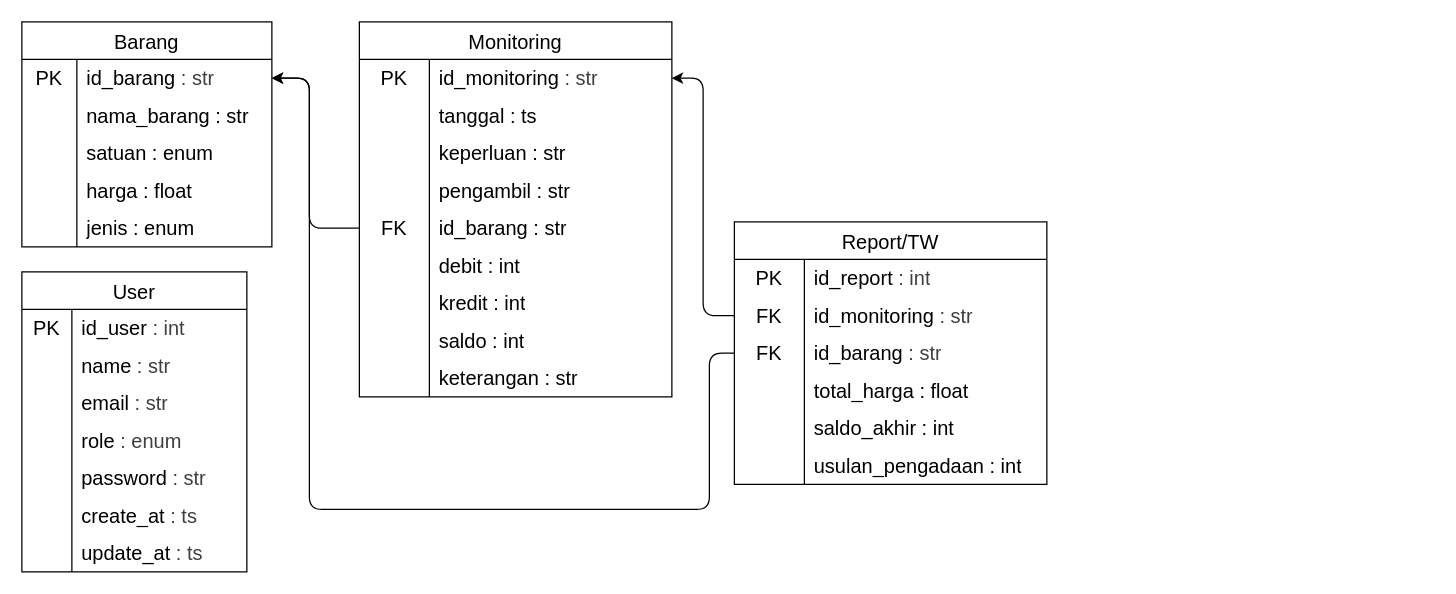
Above: page "relation-tb" (1 of 4) of flow.drawio in Fakhrezy/sistem-atk-paljaya (draw.io), before the change. Source tidied: cells renumbered, new cells numbered last; positions are measured from the earlier drawing's top-left corner, leaving out a move shared by most shapes. Both pictures are drawn from the tidied source at 125%, with x=0, y=0 at pixel (21, 21).
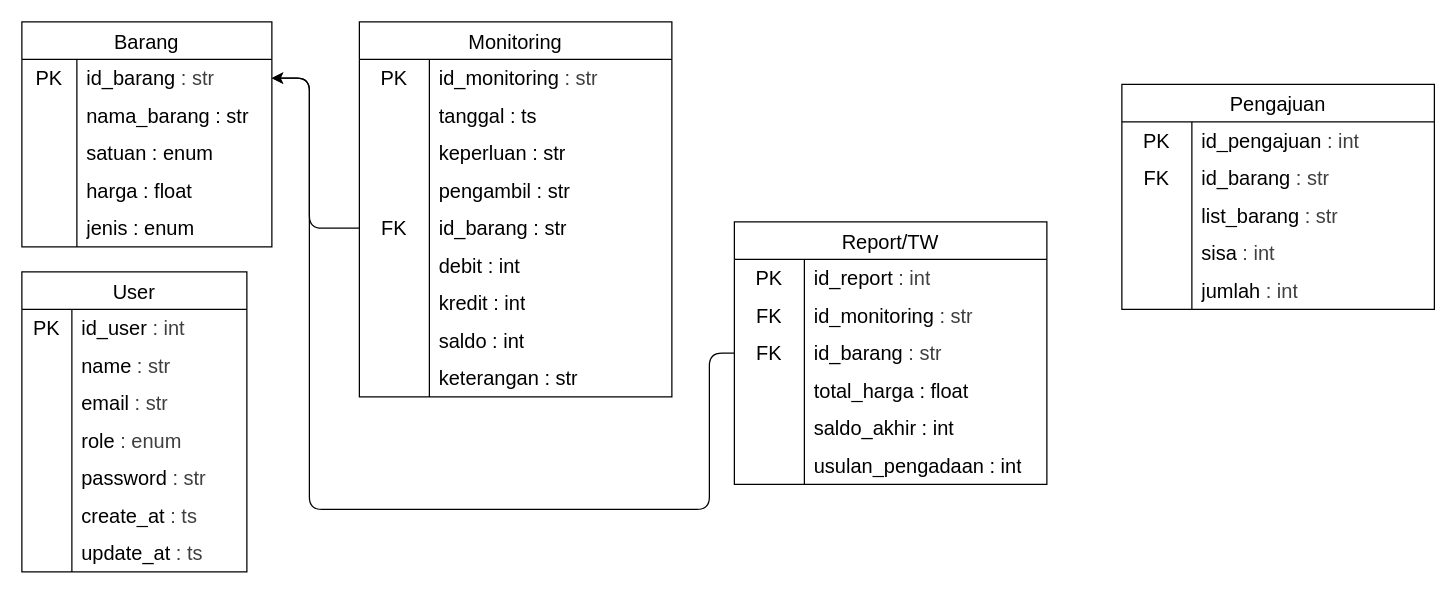
The same diagram, later.

Unchanged cells that the change refers to:
```xml
<mxCell id="3" style="shape=tableRow;horizontal=0;startSize=0;swimlaneHead=0;swimlaneBody=0;top=0;left=0;bottom=0;right=0;fillColor=none;points=[[0,0.5],[1,0.5]];portConstraint=eastwest;strokeColor=inherit;fontSize=16;" parent="2" vertex="1">
  <mxGeometry y="30" width="250" height="30" as="geometry" />
</mxCell>
<mxCell id="73" style="shape=tableRow;horizontal=0;startSize=0;swimlaneHead=0;swimlaneBody=0;top=0;left=0;bottom=0;right=0;fillColor=none;points=[[0,0.5],[1,0.5]];portConstraint=eastwest;strokeColor=inherit;fontSize=16;" parent="69" vertex="1">
  <mxGeometry y="60" width="250" height="30" as="geometry" />
</mxCell>
```

Diff of the diagram source:
```diff
@@
-    <mxCell id="88" style="edgeStyle=orthogonalEdgeStyle;html=1;exitX=0;exitY=0.5;exitDx=0;exitDy=0;entryX=1;entryY=0.5;entryDx=0;entryDy=0;" parent="1" edge="1" source="73" target="3">
-      <mxGeometry relative="1" as="geometry" />
-    </mxCell>
@@
+    <mxCell id="90" value="Pengajuan" style="shape=table;startSize=30;childLayout=tableLayout;rowLines=0;fontStyle=0;strokeColor=default;fontSize=16;" parent="1" vertex="1">
+      <mxGeometry x="880" y="50" width="250" height="180" as="geometry" />
+    </mxCell>
+    <mxCell id="91" style="shape=tableRow;horizontal=0;startSize=0;swimlaneHead=0;swimlaneBody=0;top=0;left=0;bottom=0;right=0;fillColor=none;strokeColor=inherit;fontSize=16;" parent="90" vertex="1">
+      <mxGeometry y="30" width="250" height="30" as="geometry" />
+    </mxCell>
+    <mxCell id="92" value="PK" style="shape=partialRectangle;html=1;whiteSpace=wrap;fillColor=none;top=0;left=0;bottom=0;right=0;overflow=hidden;strokeColor=inherit;fontSize=16;" parent="91" vertex="1">
+      <mxGeometry width="56" height="30" as="geometry" />
+    </mxCell>
+    <mxCell id="93" value="&lt;span style=&quot;background-color: transparent; color: rgb(63, 63, 63);&quot;&gt;&lt;font color=&quot;#000000&quot;&gt;id_pengajuan&lt;/font&gt;&lt;/span&gt;&lt;span style=&quot;color: rgb(63, 63, 63); background-color: transparent;&quot;&gt;&amp;nbsp;: int&lt;/span&gt;" style="shape=partialRectangle;html=1;whiteSpace=wrap;fillColor=none;top=0;left=0;bottom=0;right=0;align=left;spacingLeft=6;overflow=hidden;strokeColor=inherit;fontSize=16;" parent="91" vertex="1">
+      <mxGeometry x="56" width="194" height="30" as="geometry" />
+    </mxCell>
+    <mxCell id="94" style="shape=tableRow;horizontal=0;startSize=0;swimlaneHead=0;swimlaneBody=0;top=0;left=0;bottom=0;right=0;fillColor=none;strokeColor=inherit;fontSize=16;" parent="90" vertex="1">
+      <mxGeometry y="60" width="250" height="30" as="geometry" />
+    </mxCell>
+    <mxCell id="95" value="FK" style="shape=partialRectangle;html=1;whiteSpace=wrap;fillColor=none;top=0;left=0;bottom=0;right=0;overflow=hidden;strokeColor=inherit;fontSize=16;" parent="94" vertex="1">
+      <mxGeometry width="56" height="30" as="geometry" />
+    </mxCell>
+    <mxCell id="96" value="&lt;span style=&quot;background-color: transparent; color: rgb(63, 63, 63);&quot;&gt;&lt;font color=&quot;#000000&quot;&gt;id_barang&lt;/font&gt;&lt;/span&gt;&lt;span style=&quot;color: rgb(63, 63, 63); background-color: transparent;&quot;&gt;&amp;nbsp;: str&lt;/span&gt;" style="shape=partialRectangle;html=1;whiteSpace=wrap;fillColor=none;top=0;left=0;bottom=0;right=0;align=left;spacingLeft=6;overflow=hidden;strokeColor=inherit;fontSize=16;" parent="94" vertex="1">
+      <mxGeometry x="56" width="194" height="30" as="geometry" />
+    </mxCell>
+    <mxCell id="97" style="shape=tableRow;horizontal=0;startSize=0;swimlaneHead=0;swimlaneBody=0;top=0;left=0;bottom=0;right=0;fillColor=none;strokeColor=inherit;fontSize=16;" parent="90" vertex="1">
+      <mxGeometry y="90" width="250" height="30" as="geometry" />
+    </mxCell>
+    <mxCell id="98" style="shape=partialRectangle;html=1;whiteSpace=wrap;fillColor=none;top=0;left=0;bottom=0;right=0;overflow=hidden;strokeColor=inherit;fontSize=16;" parent="97" vertex="1">
+      <mxGeometry width="56" height="30" as="geometry" />
+    </mxCell>
+    <mxCell id="99" value="&lt;span style=&quot;background-color: transparent; color: rgb(63, 63, 63);&quot;&gt;&lt;font color=&quot;#000000&quot;&gt;list_barang&lt;/font&gt;&lt;/span&gt;&lt;span style=&quot;color: rgb(63, 63, 63); background-color: transparent;&quot;&gt;&amp;nbsp;: str&lt;/span&gt;" style="shape=partialRectangle;html=1;whiteSpace=wrap;fillColor=none;top=0;left=0;bottom=0;right=0;align=left;spacingLeft=6;overflow=hidden;strokeColor=inherit;fontSize=16;" parent="97" vertex="1">
+      <mxGeometry x="56" width="194" height="30" as="geometry" />
+    </mxCell>
+    <mxCell id="100" style="shape=tableRow;horizontal=0;startSize=0;swimlaneHead=0;swimlaneBody=0;top=0;left=0;bottom=0;right=0;fillColor=none;strokeColor=inherit;fontSize=16;" parent="90" vertex="1">
+      <mxGeometry y="120" width="250" height="30" as="geometry" />
+    </mxCell>
+    <mxCell id="101" style="shape=partialRectangle;html=1;whiteSpace=wrap;fillColor=none;top=0;left=0;bottom=0;right=0;overflow=hidden;strokeColor=inherit;fontSize=16;" parent="100" vertex="1">
+      <mxGeometry width="56" height="30" as="geometry" />
+    </mxCell>
+    <mxCell id="102" value="&lt;span style=&quot;background-color: transparent; color: rgb(63, 63, 63);&quot;&gt;&lt;font color=&quot;#000000&quot;&gt;sisa&lt;/font&gt;&lt;/span&gt;&lt;span style=&quot;color: rgb(63, 63, 63); background-color: transparent;&quot;&gt;&amp;nbsp;: int&lt;/span&gt;" style="shape=partialRectangle;html=1;whiteSpace=wrap;fillColor=none;top=0;left=0;bottom=0;right=0;align=left;spacingLeft=6;overflow=hidden;strokeColor=inherit;fontSize=16;" parent="100" vertex="1">
+      <mxGeometry x="56" width="194" height="30" as="geometry" />
+    </mxCell>
+    <mxCell id="103" style="shape=tableRow;horizontal=0;startSize=0;swimlaneHead=0;swimlaneBody=0;top=0;left=0;bottom=0;right=0;fillColor=none;strokeColor=inherit;fontSize=16;" parent="90" vertex="1">
+      <mxGeometry y="150" width="250" height="30" as="geometry" />
+    </mxCell>
+    <mxCell id="104" style="shape=partialRectangle;html=1;whiteSpace=wrap;fillColor=none;top=0;left=0;bottom=0;right=0;overflow=hidden;strokeColor=inherit;fontSize=16;" parent="103" vertex="1">
+      <mxGeometry width="56" height="30" as="geometry" />
+    </mxCell>
+    <mxCell id="105" value="&lt;span style=&quot;background-color: transparent; color: rgb(63, 63, 63);&quot;&gt;&lt;font color=&quot;#000000&quot;&gt;jumlah&lt;/font&gt;&lt;/span&gt;&lt;span style=&quot;color: rgb(63, 63, 63); background-color: transparent;&quot;&gt;&amp;nbsp;: int&lt;/span&gt;" style="shape=partialRectangle;html=1;whiteSpace=wrap;fillColor=none;top=0;left=0;bottom=0;right=0;align=left;spacingLeft=6;overflow=hidden;strokeColor=inherit;fontSize=16;" parent="103" vertex="1">
+      <mxGeometry x="56" width="194" height="30" as="geometry" />
+    </mxCell>
```
